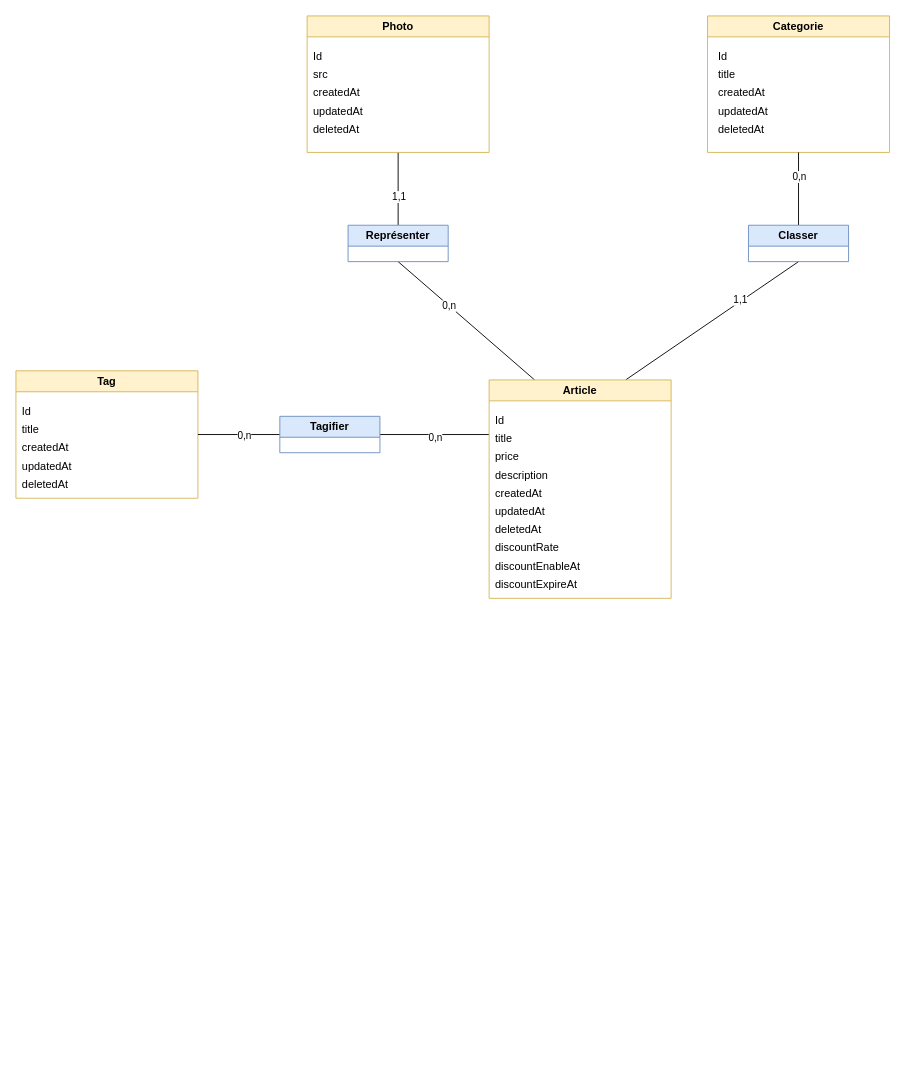
LeNelSoN/mandzou-new keeps this draw.io diagram as Untitled Diagram.drawio. Above is the earlier version. Source tidied: cells renumbered, new cells numbered last; positions are measured from the earlier drawing's top-left corner, leaving out a move shared by most shapes. Both pictures are drawn from the tidied source at 91%, with x=0, y=0 at pixel (15, 15).
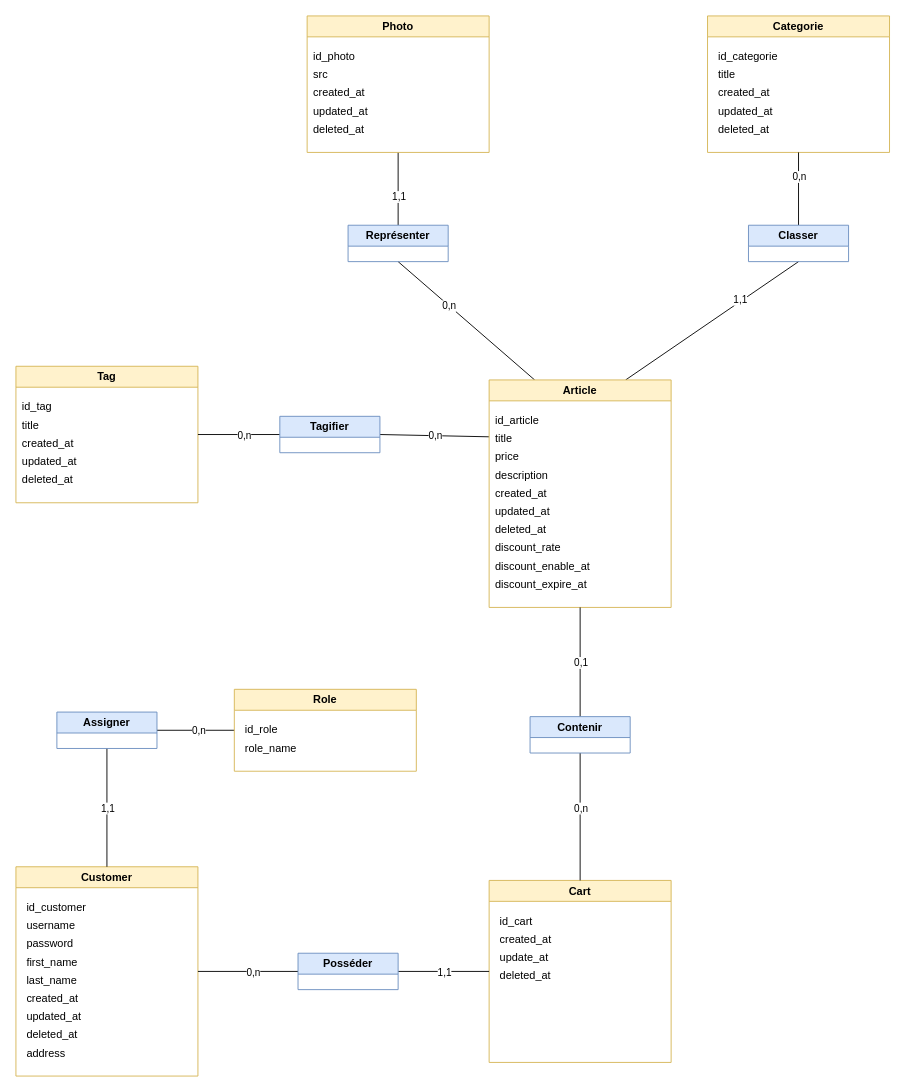
After the change.

Commit message:
Ajout entité customer

Unchanged cells that the change refers to:
```xml
<mxCell id="2" style="edgeStyle=none;rounded=0;jettySize=auto;html=1;exitX=0;exitY=0.25;exitDx=0;exitDy=0;entryX=1;entryY=0.5;entryDx=0;entryDy=0;endArrow=none;endFill=0;elbow=vertical;" parent="1" edge="1" source="8" target="41">
  <mxGeometry relative="1" as="geometry" />
</mxCell>
<mxCell id="19" value="Categorie" style="swimlane;whiteSpace=wrap;html=1;fillColor=#fff2cc;strokeColor=#d6b656;" parent="1" vertex="1">
  <mxGeometry x="760" width="200" height="150" as="geometry" />
</mxCell>
<mxCell id="33" value="Photo" style="swimlane;whiteSpace=wrap;html=1;fillColor=#fff2cc;strokeColor=#d6b656;" parent="1" vertex="1">
  <mxGeometry x="320" width="200" height="150" as="geometry" />
</mxCell>
```

Change to the diagram source:
```diff
@@
     <mxCell id="3" value="0,n" style="edgeLabel;html=1;align=center;verticalAlign=middle;" parent="2" vertex="1">
       <mxGeometry x="0.3" y="-1" relative="1" as="geometry">
-        <mxPoint x="18" y="4" as="offset" />
+        <mxPoint x="18" y="1" as="offset" />
       </mxGeometry>
     </mxCell>
@@
     <mxCell id="8" value="Article" style="swimlane;whiteSpace=wrap;html=1;fillColor=#fff2cc;strokeColor=#d6b656;" parent="1" vertex="1">
-      <mxGeometry x="520" y="400" width="200" height="240" as="geometry" />
+      <mxGeometry x="520" y="400" width="200" height="250" as="geometry" />
     </mxCell>
@@
-    <mxCell id="12" value="Id" style="text;html=1;align=left;verticalAlign=middle;strokeColor=none;fillColor=none;" parent="8" vertex="1">
-      <mxGeometry x="5" y="30" width="30" height="30" as="geometry" />
+    <mxCell id="12" value="id_article" style="text;html=1;align=left;verticalAlign=middle;strokeColor=none;fillColor=none;" parent="8" vertex="1">
+      <mxGeometry x="5" y="30" width="70" height="30" as="geometry" />
     </mxCell>
-    <mxCell id="13" value="createdAt" style="text;html=1;align=left;verticalAlign=middle;strokeColor=none;fillColor=none;" parent="8" vertex="1">
-      <mxGeometry x="5" y="110" width="70" height="30" as="geometry" />
+    <mxCell id="13" value="created_at" style="text;html=1;align=left;verticalAlign=middle;strokeColor=none;fillColor=none;" parent="8" vertex="1">
+      <mxGeometry x="5" y="110" width="80" height="30" as="geometry" />
     </mxCell>
-    <mxCell id="14" value="updatedAt" style="text;html=1;align=left;verticalAlign=middle;strokeColor=none;fillColor=none;" parent="8" vertex="1">
+    <mxCell id="14" value="updated_at" style="text;html=1;align=left;verticalAlign=middle;strokeColor=none;fillColor=none;" parent="8" vertex="1">
       <mxGeometry x="5" y="130" width="80" height="30" as="geometry" />
     </mxCell>
-    <mxCell id="15" value="deletedAt" style="text;html=1;align=left;verticalAlign=middle;strokeColor=none;fillColor=none;" parent="8" vertex="1">
-      <mxGeometry x="5" y="150" width="70" height="30" as="geometry" />
+    <mxCell id="15" value="deleted_at" style="text;html=1;align=left;verticalAlign=middle;strokeColor=none;fillColor=none;" parent="8" vertex="1">
+      <mxGeometry x="5" y="150" width="80" height="30" as="geometry" />
     </mxCell>
-    <mxCell id="16" value="discountRate" style="text;html=1;align=left;verticalAlign=middle;strokeColor=none;fillColor=none;" parent="8" vertex="1">
-      <mxGeometry x="5" y="170" width="90" height="30" as="geometry" />
+    <mxCell id="16" value="discount_rate" style="text;html=1;align=left;verticalAlign=middle;strokeColor=none;fillColor=none;" parent="8" vertex="1">
+      <mxGeometry x="5" y="170" width="100" height="30" as="geometry" />
     </mxCell>
-    <mxCell id="17" value="discountEnableAt" style="text;html=1;align=left;verticalAlign=middle;strokeColor=none;fillColor=none;" parent="8" vertex="1">
-      <mxGeometry x="5" y="190" width="120" height="30" as="geometry" />
+    <mxCell id="17" value="discount_enable_at" style="text;html=1;align=left;verticalAlign=middle;strokeColor=none;fillColor=none;" parent="8" vertex="1">
+      <mxGeometry x="5" y="190" width="130" height="30" as="geometry" />
     </mxCell>
-    <mxCell id="18" value="discountExpireAt" style="text;html=1;align=left;verticalAlign=middle;strokeColor=none;fillColor=none;" parent="8" vertex="1">
-      <mxGeometry x="5" y="210" width="110" height="30" as="geometry" />
+    <mxCell id="18" value="discount_expire_at" style="text;html=1;align=left;verticalAlign=middle;strokeColor=none;fillColor=none;" parent="8" vertex="1">
+      <mxGeometry x="5" y="210" width="120" height="30" as="geometry" />
     </mxCell>
@@
-    <mxCell id="20" value="Id" style="text;html=1;align=left;verticalAlign=middle;strokeColor=none;fillColor=none;" parent="19" vertex="1">
-      <mxGeometry x="10" y="30" width="30" height="30" as="geometry" />
+    <mxCell id="20" value="id_categorie" style="text;html=1;align=left;verticalAlign=middle;strokeColor=none;fillColor=none;" parent="19" vertex="1">
+      <mxGeometry x="10" y="30" width="90" height="30" as="geometry" />
     </mxCell>
@@
-    <mxCell id="22" value="createdAt" style="text;html=1;align=left;verticalAlign=middle;strokeColor=none;fillColor=none;" parent="19" vertex="1">
-      <mxGeometry x="10" y="70" width="70" height="30" as="geometry" />
+    <mxCell id="22" value="created_at" style="text;html=1;align=left;verticalAlign=middle;strokeColor=none;fillColor=none;" parent="19" vertex="1">
+      <mxGeometry x="10" y="70" width="80" height="30" as="geometry" />
     </mxCell>
-    <mxCell id="23" value="updatedAt" style="text;html=1;align=left;verticalAlign=middle;strokeColor=none;fillColor=none;" parent="19" vertex="1">
+    <mxCell id="23" value="updated_at" style="text;html=1;align=left;verticalAlign=middle;strokeColor=none;fillColor=none;" parent="19" vertex="1">
       <mxGeometry x="10" y="90" width="80" height="30" as="geometry" />
     </mxCell>
-    <mxCell id="24" value="deletedAt" style="text;html=1;align=left;verticalAlign=middle;strokeColor=none;fillColor=none;" parent="19" vertex="1">
-      <mxGeometry x="10" y="110" width="70" height="30" as="geometry" />
+    <mxCell id="24" value="deleted_at" style="text;html=1;align=left;verticalAlign=middle;strokeColor=none;fillColor=none;" parent="19" vertex="1">
+      <mxGeometry x="10" y="110" width="80" height="30" as="geometry" />
     </mxCell>
     <mxCell id="25" value="Tag" style="swimlane;whiteSpace=wrap;html=1;fillColor=#fff2cc;strokeColor=#d6b656;" parent="1" vertex="1">
-      <mxGeometry y="390" width="200" height="140" as="geometry" />
+      <mxGeometry y="385" width="200" height="150" as="geometry" />
     </mxCell>
-    <mxCell id="26" value="Id" style="text;html=1;align=left;verticalAlign=middle;strokeColor=none;fillColor=none;" parent="25" vertex="1">
-      <mxGeometry x="5" y="30" width="30" height="30" as="geometry" />
+    <mxCell id="26" value="id_tag" style="text;html=1;align=left;verticalAlign=middle;strokeColor=none;fillColor=none;" parent="25" vertex="1">
+      <mxGeometry x="5" y="30" width="60" height="30" as="geometry" />
     </mxCell>
@@
-    <mxCell id="28" value="createdAt" style="text;html=1;align=left;verticalAlign=middle;strokeColor=none;fillColor=none;" parent="25" vertex="1">
-      <mxGeometry x="5" y="70" width="70" height="30" as="geometry" />
+    <mxCell id="28" value="created_at" style="text;html=1;align=left;verticalAlign=middle;strokeColor=none;fillColor=none;" parent="25" vertex="1">
+      <mxGeometry x="5" y="70" width="80" height="30" as="geometry" />
     </mxCell>
-    <mxCell id="29" value="updatedAt" style="text;html=1;align=left;verticalAlign=middle;strokeColor=none;fillColor=none;" parent="25" vertex="1">
+    <mxCell id="29" value="updated_at" style="text;html=1;align=left;verticalAlign=middle;strokeColor=none;fillColor=none;" parent="25" vertex="1">
       <mxGeometry x="5" y="90" width="80" height="30" as="geometry" />
     </mxCell>
-    <mxCell id="30" value="deletedAt" style="text;html=1;align=left;verticalAlign=middle;strokeColor=none;fillColor=none;" parent="25" vertex="1">
-      <mxGeometry x="5" y="110" width="70" height="30" as="geometry" />
+    <mxCell id="30" value="deleted_at" style="text;html=1;align=left;verticalAlign=middle;strokeColor=none;fillColor=none;" parent="25" vertex="1">
+      <mxGeometry x="5" y="110" width="80" height="30" as="geometry" />
     </mxCell>
@@
-    <mxCell id="34" value="Id" style="text;html=1;align=left;verticalAlign=middle;strokeColor=none;fillColor=none;" parent="33" vertex="1">
-      <mxGeometry x="5" y="30" width="30" height="30" as="geometry" />
+    <mxCell id="34" value="id_photo" style="text;html=1;align=left;verticalAlign=middle;strokeColor=none;fillColor=none;" parent="33" vertex="1">
+      <mxGeometry x="5" y="30" width="70" height="30" as="geometry" />
     </mxCell>
@@
-    <mxCell id="36" value="createdAt" style="text;html=1;align=left;verticalAlign=middle;strokeColor=none;fillColor=none;" parent="33" vertex="1">
-      <mxGeometry x="5" y="70" width="70" height="30" as="geometry" />
+    <mxCell id="36" value="created_at" style="text;html=1;align=left;verticalAlign=middle;strokeColor=none;fillColor=none;" parent="33" vertex="1">
+      <mxGeometry x="5" y="70" width="80" height="30" as="geometry" />
     </mxCell>
-    <mxCell id="37" value="updatedAt" style="text;html=1;align=left;verticalAlign=middle;strokeColor=none;fillColor=none;" parent="33" vertex="1">
+    <mxCell id="37" value="updated_at" style="text;html=1;align=left;verticalAlign=middle;strokeColor=none;fillColor=none;" parent="33" vertex="1">
       <mxGeometry x="5" y="90" width="80" height="30" as="geometry" />
     </mxCell>
-    <mxCell id="38" value="deletedAt" style="text;html=1;align=left;verticalAlign=middle;strokeColor=none;fillColor=none;" parent="33" vertex="1">
-      <mxGeometry x="5" y="110" width="70" height="30" as="geometry" />
+    <mxCell id="38" value="deleted_at" style="text;html=1;align=left;verticalAlign=middle;strokeColor=none;fillColor=none;" parent="33" vertex="1">
+      <mxGeometry x="5" y="110" width="80" height="30" as="geometry" />
     </mxCell>
@@
+    <mxCell id="46" value="Customer" style="swimlane;whiteSpace=wrap;html=1;fillColor=#fff2cc;strokeColor=#d6b656;" parent="1" vertex="1">
+      <mxGeometry y="935" width="200" height="230" as="geometry" />
+    </mxCell>
+    <mxCell id="47" value="username" style="text;html=1;align=left;verticalAlign=middle;strokeColor=none;fillColor=none;" parent="46" vertex="1">
+      <mxGeometry x="10" y="50" width="80" height="30" as="geometry" />
+    </mxCell>
+    <mxCell id="48" value="id_customer" style="text;html=1;align=left;verticalAlign=middle;strokeColor=none;fillColor=none;" parent="46" vertex="1">
+      <mxGeometry x="10" y="30" width="90" height="30" as="geometry" />
+    </mxCell>
+    <mxCell id="49" value="password" style="text;html=1;align=left;verticalAlign=middle;strokeColor=none;fillColor=none;" parent="46" vertex="1">
+      <mxGeometry x="10" y="70" width="70" height="30" as="geometry" />
+    </mxCell>
+    <mxCell id="50" value="created_at" style="text;html=1;align=left;verticalAlign=middle;strokeColor=none;fillColor=none;" parent="46" vertex="1">
+      <mxGeometry x="10" y="130" width="80" height="30" as="geometry" />
+    </mxCell>
+    <mxCell id="51" value="updated_at" style="text;html=1;align=left;verticalAlign=middle;strokeColor=none;fillColor=none;" parent="46" vertex="1">
+      <mxGeometry x="10" y="150" width="80" height="30" as="geometry" />
+    </mxCell>
+    <mxCell id="52" value="deleted_at" style="text;html=1;align=left;verticalAlign=middle;strokeColor=none;fillColor=none;" parent="46" vertex="1">
+      <mxGeometry x="10" y="170" width="80" height="30" as="geometry" />
+    </mxCell>
+    <mxCell id="53" value="address" style="text;html=1;align=left;verticalAlign=middle;strokeColor=none;fillColor=none;" parent="46" vertex="1">
+      <mxGeometry x="10" y="190" width="70" height="30" as="geometry" />
+    </mxCell>
+    <mxCell id="54" value="first_name" style="text;html=1;align=left;verticalAlign=middle;strokeColor=none;fillColor=none;" parent="46" vertex="1">
+      <mxGeometry x="10" y="90" width="80" height="30" as="geometry" />
+    </mxCell>
+    <mxCell id="55" value="last_name" style="text;html=1;align=left;verticalAlign=middle;strokeColor=none;fillColor=none;" parent="46" vertex="1">
+      <mxGeometry x="10" y="110" width="80" height="30" as="geometry" />
+    </mxCell>
+    <mxCell id="56" value="Cart" style="swimlane;whiteSpace=wrap;html=1;fillColor=#fff2cc;strokeColor=#d6b656;" parent="1" vertex="1">
+      <mxGeometry x="520" y="950" width="200" height="200" as="geometry" />
+    </mxCell>
+    <mxCell id="57" value="id_cart" style="text;html=1;align=left;verticalAlign=middle;strokeColor=none;fillColor=none;" parent="56" vertex="1">
+      <mxGeometry x="10" y="30" width="60" height="30" as="geometry" />
+    </mxCell>
+    <mxCell id="58" value="created_at" style="text;html=1;align=left;verticalAlign=middle;strokeColor=none;fillColor=none;" parent="56" vertex="1">
+      <mxGeometry x="10" y="50" width="80" height="30" as="geometry" />
+    </mxCell>
+    <mxCell id="59" value="update_at" style="text;html=1;align=left;verticalAlign=middle;strokeColor=none;fillColor=none;" parent="56" vertex="1">
+      <mxGeometry x="10" y="70" width="80" height="30" as="geometry" />
+    </mxCell>
+    <mxCell id="60" value="deleted_at" style="text;html=1;align=left;verticalAlign=middle;strokeColor=none;fillColor=none;" parent="56" vertex="1">
+      <mxGeometry x="10" y="90" width="80" height="30" as="geometry" />
+    </mxCell>
+    <mxCell id="61" style="edgeStyle=orthogonalEdgeStyle;rounded=0;jettySize=auto;html=1;exitX=1;exitY=0.5;exitDx=0;exitDy=0;entryX=0;entryY=0.5;entryDx=0;entryDy=0;endArrow=none;endFill=0;" parent="1" edge="1" source="65" target="56">
+      <mxGeometry relative="1" as="geometry" />
+    </mxCell>
+    <mxCell id="62" value="1,1" style="edgeLabel;html=1;align=center;verticalAlign=middle;" parent="61" vertex="1">
+      <mxGeometry x="0.28" relative="1" as="geometry">
+        <mxPoint x="-14" as="offset" />
+      </mxGeometry>
+    </mxCell>
+    <mxCell id="63" style="edgeStyle=orthogonalEdgeStyle;rounded=0;jettySize=auto;html=1;exitX=0;exitY=0.5;exitDx=0;exitDy=0;entryX=1;entryY=0.5;entryDx=0;entryDy=0;endArrow=none;endFill=0;" parent="1" edge="1" source="65" target="46">
+      <mxGeometry relative="1" as="geometry" />
+    </mxCell>
+    <mxCell id="64" value="0,n" style="edgeLabel;html=1;align=center;verticalAlign=middle;" parent="63" vertex="1">
+      <mxGeometry x="0.22" relative="1" as="geometry">
+        <mxPoint x="17" as="offset" />
+      </mxGeometry>
+    </mxCell>
+    <mxCell id="65" value="Posséder" style="swimlane;whiteSpace=wrap;html=1;fillColor=#dae8fc;strokeColor=#6c8ebf;" parent="1" vertex="1">
+      <mxGeometry x="310" y="1030" width="110" height="40" as="geometry" />
+    </mxCell>
+    <mxCell id="66" style="edgeStyle=orthogonalEdgeStyle;rounded=0;jettySize=auto;html=1;exitX=0.5;exitY=1;exitDx=0;exitDy=0;entryX=0.5;entryY=0;entryDx=0;entryDy=0;endArrow=none;endFill=0;" parent="1" edge="1" source="70" target="56">
+      <mxGeometry relative="1" as="geometry" />
+    </mxCell>
+    <mxCell id="67" value="0,n" style="edgeLabel;html=1;align=center;verticalAlign=middle;" parent="66" vertex="1">
+      <mxGeometry x="-0.34" y="1" relative="1" as="geometry">
+        <mxPoint x="-1" y="14" as="offset" />
+      </mxGeometry>
+    </mxCell>
+    <mxCell id="68" style="edgeStyle=orthogonalEdgeStyle;rounded=0;jettySize=auto;html=1;exitX=0.5;exitY=0;exitDx=0;exitDy=0;entryX=0.5;entryY=1;entryDx=0;entryDy=0;endArrow=none;endFill=0;" parent="1" edge="1" source="70" target="8">
+      <mxGeometry relative="1" as="geometry" />
+    </mxCell>
+    <mxCell id="69" value="0,1" style="edgeLabel;html=1;align=center;verticalAlign=middle;" parent="68" vertex="1">
+      <mxGeometry x="0.2" relative="1" as="geometry">
+        <mxPoint y="12" as="offset" />
+      </mxGeometry>
+    </mxCell>
+    <mxCell id="70" value="Contenir" style="swimlane;whiteSpace=wrap;html=1;fillColor=#dae8fc;strokeColor=#6c8ebf;" parent="1" vertex="1">
+      <mxGeometry x="565" y="770" width="110" height="40" as="geometry" />
+    </mxCell>
+    <mxCell id="71" style="edgeStyle=orthogonalEdgeStyle;rounded=0;jettySize=auto;html=1;exitX=0;exitY=0.5;exitDx=0;exitDy=0;entryX=1;entryY=0.5;entryDx=0;entryDy=0;endArrow=none;endFill=0;" parent="1" edge="1" source="73" target="78">
+      <mxGeometry relative="1" as="geometry" />
+    </mxCell>
+    <mxCell id="72" value="0,n" style="edgeLabel;html=1;align=center;verticalAlign=middle;" parent="71" vertex="1">
+      <mxGeometry x="0.27" y="3" relative="1" as="geometry">
+        <mxPoint x="14" y="-3" as="offset" />
+      </mxGeometry>
+    </mxCell>
+    <mxCell id="73" value="Role" style="swimlane;whiteSpace=wrap;html=1;fillColor=#fff2cc;strokeColor=#d6b656;" parent="1" vertex="1">
+      <mxGeometry x="240" y="740" width="200" height="90" as="geometry" />
+    </mxCell>
+    <mxCell id="74" value="id_role" style="text;html=1;align=left;verticalAlign=middle;strokeColor=none;fillColor=none;" parent="73" vertex="1">
+      <mxGeometry x="10" y="30" width="60" height="30" as="geometry" />
+    </mxCell>
+    <mxCell id="75" value="role_name" style="text;html=1;align=left;verticalAlign=middle;strokeColor=none;fillColor=none;" parent="73" vertex="1">
+      <mxGeometry x="10" y="50" width="80" height="30" as="geometry" />
+    </mxCell>
+    <mxCell id="76" style="edgeStyle=orthogonalEdgeStyle;rounded=0;jettySize=auto;html=1;exitX=0.5;exitY=1;exitDx=0;exitDy=0;entryX=0.5;entryY=0;entryDx=0;entryDy=0;endArrow=none;endFill=0;" parent="1" edge="1" source="78" target="46">
+      <mxGeometry relative="1" as="geometry" />
+    </mxCell>
+    <mxCell id="77" value="1,1" style="edgeLabel;html=1;align=center;verticalAlign=middle;" parent="76" vertex="1">
+      <mxGeometry x="-0.17" y="2" relative="1" as="geometry">
+        <mxPoint x="-2" y="11" as="offset" />
+      </mxGeometry>
+    </mxCell>
+    <mxCell id="78" value="Assigner" style="swimlane;whiteSpace=wrap;html=1;fillColor=#dae8fc;strokeColor=#6c8ebf;" parent="1" vertex="1">
+      <mxGeometry x="45" y="765" width="110" height="40" as="geometry" />
+    </mxCell>
```
